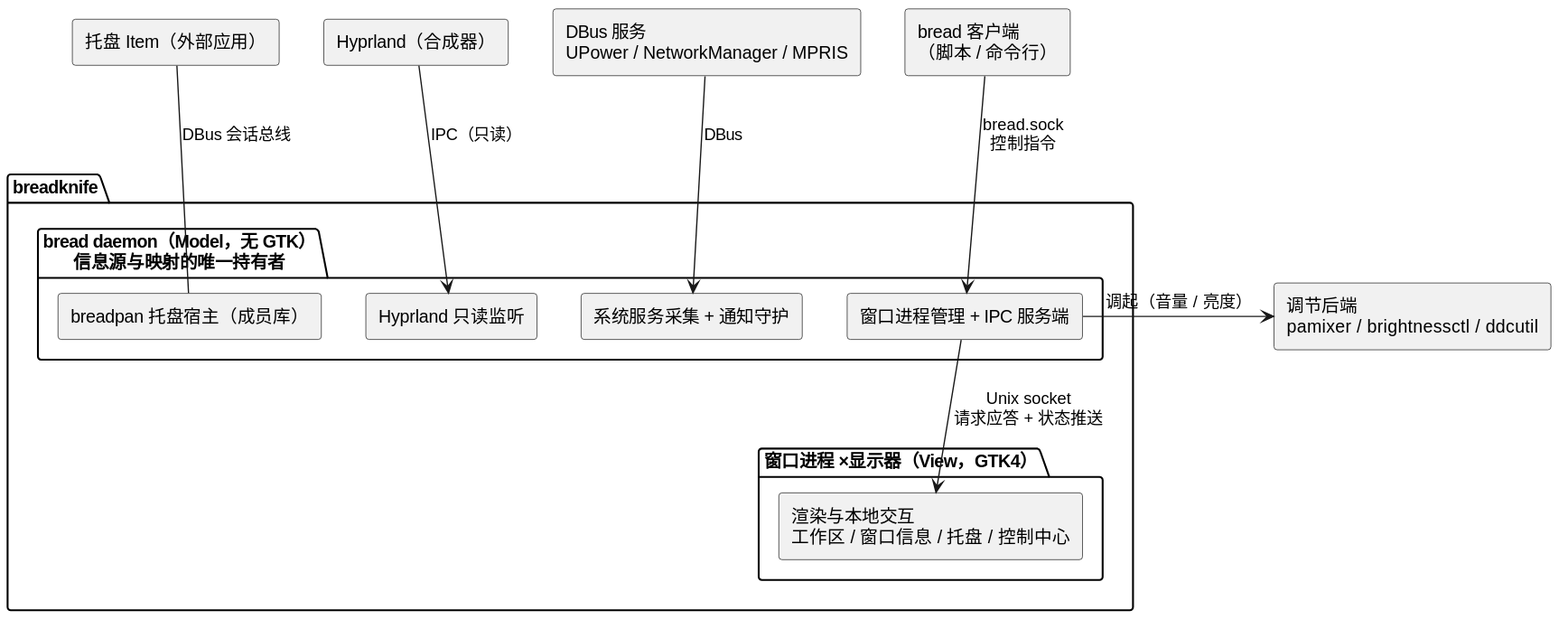
Earlier version of the PlantUML export diagram/breadknife-architecture.svg (54m43lJ/BreadKnife). Its diagram source:
```plantuml
@startuml
skinparam componentStyle rectangle

component "Hyprland（合成器）" as hypr
component "DBus 服务\nUPower / NetworkManager / MPRIS" as svc
component "bread 客户端\n（脚本 / 命令行）" as client
component "托盘 Item（外部应用）" as items
component "调节后端\npamixer / brightnessctl / ddcutil" as tools

package "breadknife" {
  package "bread daemon（Model，无 GTK）\n信息源与映射的唯一持有者" as daemon {
    component "Hyprland 只读监听" as hlisten
    component "系统服务采集 + 通知守护" as sysv
    component "breadpan 托盘宿主（成员库）" as tray
    component "窗口进程管理 + IPC 服务端" as wm
  }
  package "窗口进程 ×显示器（View，GTK4）" as winpkg {
    component "渲染与本地交互\n工作区 / 窗口信息 / 托盘 / 控制中心" as win
  }
}

hypr -down-> hlisten : IPC（只读）
svc -down-> sysv : DBus
client -down-> wm : bread.sock\n控制指令
tray -up- items : DBus 会话总线
wm -down-> win : Unix socket\n请求应答 + 状态推送
wm -right-> tools : 调起（音量 / 亮度）
@enduml
```
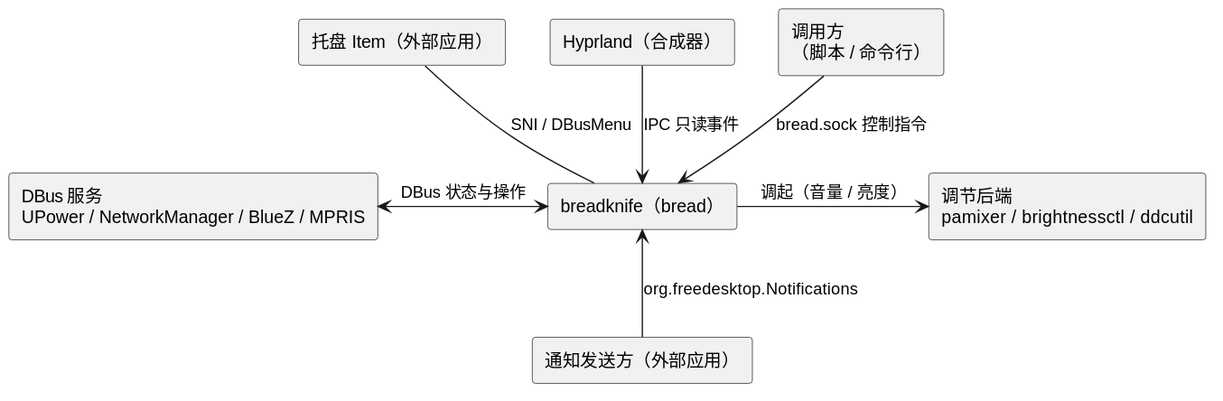
Above is the later version.

What changed in the source:
```diff
@@ -1,28 +1,18 @@
 @startuml
 skinparam componentStyle rectangle
 
+component "breadknife（bread）" as bread
 component "Hyprland（合成器）" as hypr
-component "DBus 服务\nUPower / NetworkManager / MPRIS" as svc
-component "bread 客户端\n（脚本 / 命令行）" as client
+component "DBus 服务\nUPower / NetworkManager / BlueZ / MPRIS" as svc
+component "调用方\n（脚本 / 命令行）" as client
 component "托盘 Item（外部应用）" as items
+component "通知发送方（外部应用）" as notify
 component "调节后端\npamixer / brightnessctl / ddcutil" as tools
 
-package "breadknife" {
-  package "bread daemon（Model，无 GTK）\n信息源与映射的唯一持有者" as daemon {
-    component "Hyprland 只读监听" as hlisten
-    component "系统服务采集 + 通知守护" as sysv
-    component "breadpan 托盘宿主（成员库）" as tray
-    component "窗口进程管理 + IPC 服务端" as wm
-  }
-  package "窗口进程 ×显示器（View，GTK4）" as winpkg {
-    component "渲染与本地交互\n工作区 / 窗口信息 / 托盘 / 控制中心" as win
-  }
-}
-
-hypr -down-> hlisten : IPC（只读）
-svc -down-> sysv : DBus
-client -down-> wm : bread.sock\n控制指令
-tray -up- items : DBus 会话总线
-wm -down-> win : Unix socket\n请求应答 + 状态推送
-wm -right-> tools : 调起（音量 / 亮度）
+hypr -down-> bread : IPC 只读事件
+svc <-> bread : DBus 状态与操作
+client -down-> bread : bread.sock 控制指令
+bread -up- items : SNI / DBusMenu
+notify -up-> bread : org.freedesktop.Notifications
+bread -right-> tools : 调起（音量 / 亮度）
 @enduml
```
